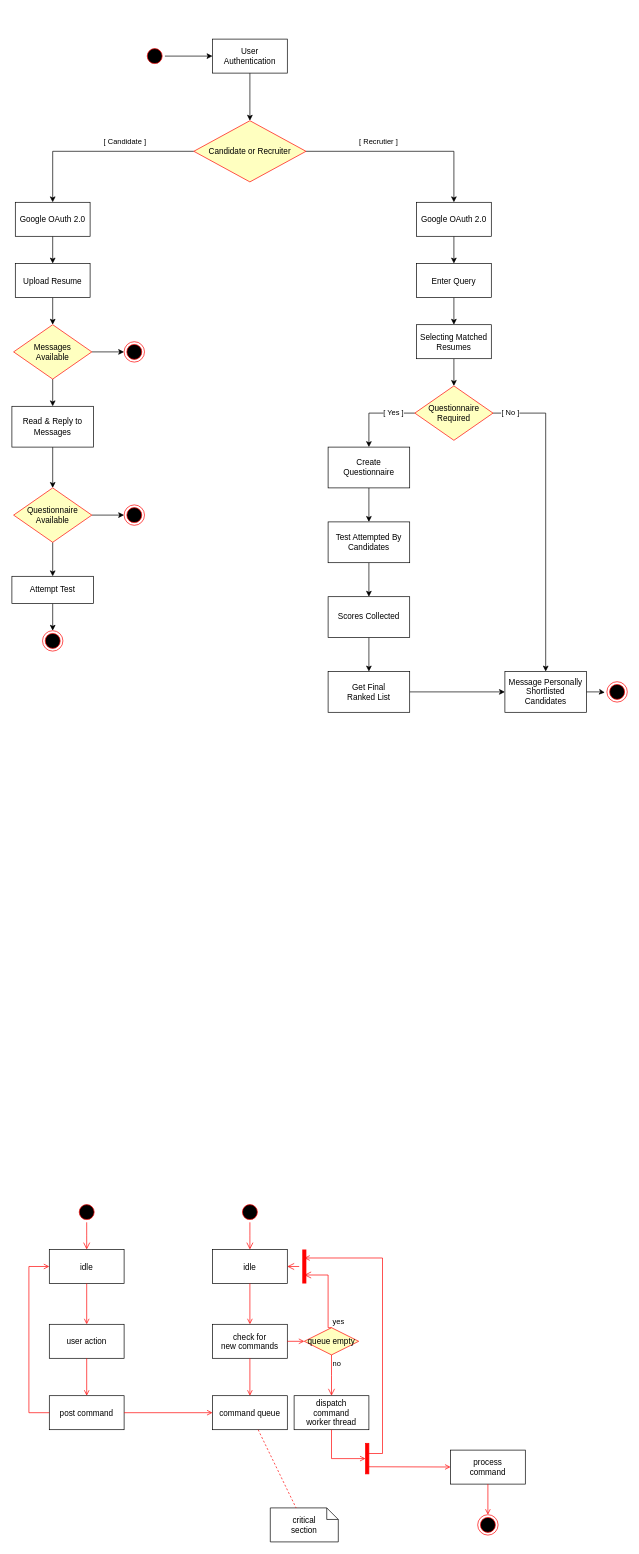
Earlier version of the draw.io diagram diagrams/Act Diag.drawio (ParthKapoor-dev/Purity.AI). Source tidied: cells renumbered, new cells numbered last; positions are measured from the earlier drawing's top-left corner, leaving out a move shared by most shapes. Both pictures are drawn from the tidied source at 68%, with x=0, y=0 at pixel (12, 39).
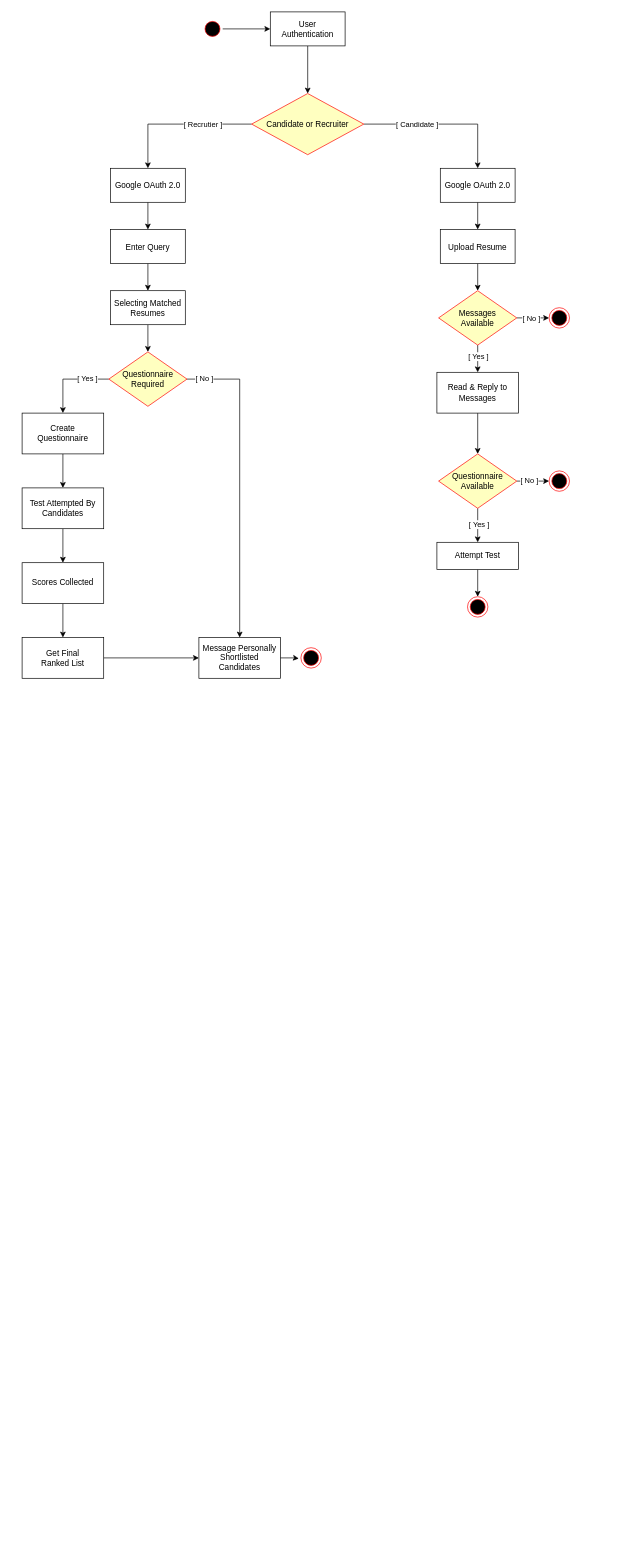
The same page after the edit.

The change refers to these unchanged cells:
```xml
<mxCell id="38" style="edgeStyle=orthogonalEdgeStyle;rounded=0;jettySize=auto;html=1;entryX=0.5;entryY=0;entryDx=0;entryDy=0;" parent="1" edge="1" source="42" target="44">
  <mxGeometry relative="1" as="geometry" />
</mxCell>
<mxCell id="49" style="edgeStyle=orthogonalEdgeStyle;rounded=0;jettySize=auto;html=1;" parent="1" edge="1" source="51" target="53">
  <mxGeometry relative="1" as="geometry" />
</mxCell>
<mxCell id="50" style="edgeStyle=orthogonalEdgeStyle;rounded=0;jettySize=auto;html=1;entryX=0;entryY=0.5;entryDx=0;entryDy=0;" parent="1" edge="1" source="51" target="60">
  <mxGeometry relative="1" as="geometry" />
</mxCell>
<mxCell id="54" style="edgeStyle=orthogonalEdgeStyle;rounded=0;jettySize=auto;html=1;" parent="1" edge="1" source="56" target="58">
  <mxGeometry relative="1" as="geometry" />
</mxCell>
<mxCell id="55" style="edgeStyle=orthogonalEdgeStyle;rounded=0;jettySize=auto;html=1;exitX=1;exitY=0.5;exitDx=0;exitDy=0;entryX=0;entryY=0.5;entryDx=0;entryDy=0;" parent="1" edge="1" source="56" target="61">
  <mxGeometry relative="1" as="geometry" />
</mxCell>
```

What changed in the source:
```diff
@@
-    <mxCell id="2" style="ellipse;shape=startState;fillColor=#000000;strokeColor=#ff0000;" parent="1" vertex="1">
-      <mxGeometry x="95" y="1710" width="30" height="30" as="geometry" />
-    </mxCell>
-    <mxCell id="3" style="edgeStyle=elbowEdgeStyle;elbow=horizontal;verticalAlign=bottom;endArrow=open;endSize=8;strokeColor=#FF0000;endFill=1;rounded=0;" parent="1" edge="1" source="2" target="4">
-      <mxGeometry x="264.5" y="168" as="geometry" />
-    </mxCell>
-    <mxCell id="4" value="idle" parent="1" vertex="1">
-      <mxGeometry x="55" y="1780" width="110" height="50" as="geometry" />
-    </mxCell>
-    <mxCell id="5" value="user action" parent="1" vertex="1">
-      <mxGeometry x="55" y="1890" width="110" height="50" as="geometry" />
-    </mxCell>
-    <mxCell id="6" style="endArrow=open;strokeColor=#FF0000;endFill=1;rounded=0;" parent="1" edge="1" source="4" target="5">
-      <mxGeometry relative="1" as="geometry" />
-    </mxCell>
-    <mxCell id="7" value="post command" parent="1" vertex="1">
-      <mxGeometry x="55" y="1995" width="110" height="50" as="geometry" />
-    </mxCell>
-    <mxCell id="8" style="endArrow=open;strokeColor=#FF0000;endFill=1;rounded=0;" parent="1" edge="1" source="5" target="7">
-      <mxGeometry relative="1" as="geometry" />
-    </mxCell>
-    <mxCell id="9" style="edgeStyle=elbowEdgeStyle;elbow=horizontal;strokeColor=#FF0000;endArrow=open;endFill=1;rounded=0;" parent="1" edge="1" source="7" target="4">
-      <mxGeometry relative="1" as="geometry">
-        <Array as="points">
-          <mxPoint x="25" y="1920" />
-        </Array>
-      </mxGeometry>
-    </mxCell>
-    <mxCell id="10" style="ellipse;shape=startState;fillColor=#000000;strokeColor=#ff0000;" parent="1" vertex="1">
-      <mxGeometry x="335" y="1710" width="30" height="30" as="geometry" />
-    </mxCell>
-    <mxCell id="11" style="edgeStyle=elbowEdgeStyle;elbow=horizontal;verticalAlign=bottom;endArrow=open;endSize=8;strokeColor=#FF0000;endFill=1;rounded=0;" parent="1" edge="1" source="10" target="12">
-      <mxGeometry x="484.5" y="148" as="geometry" />
-    </mxCell>
-    <mxCell id="12" value="idle" parent="1" vertex="1">
-      <mxGeometry x="295" y="1780" width="110" height="50" as="geometry" />
-    </mxCell>
-    <mxCell id="13" value="check for &#10;new commands" parent="1" vertex="1">
-      <mxGeometry x="295" y="1890" width="110" height="50" as="geometry" />
-    </mxCell>
-    <mxCell id="14" style="endArrow=open;strokeColor=#FF0000;endFill=1;rounded=0;" parent="1" edge="1" source="12" target="13">
-      <mxGeometry relative="1" as="geometry" />
-    </mxCell>
-    <mxCell id="15" value="command queue" parent="1" vertex="1">
-      <mxGeometry x="295" y="1995" width="110" height="50" as="geometry" />
-    </mxCell>
-    <mxCell id="16" style="endArrow=open;strokeColor=#FF0000;endFill=1;rounded=0;" parent="1" edge="1" source="13" target="15">
-      <mxGeometry relative="1" as="geometry" />
-    </mxCell>
-    <mxCell id="17" value="queue empty" style="rhombus;fillColor=#ffffc0;strokeColor=#ff0000;" parent="1" vertex="1">
-      <mxGeometry x="430" y="1895" width="80" height="40" as="geometry" />
-    </mxCell>
-    <mxCell id="18" value="yes" style="edgeStyle=elbowEdgeStyle;elbow=horizontal;align=left;verticalAlign=bottom;endArrow=open;endSize=8;strokeColor=#FF0000;exitX=0.5;exitY=0;endFill=1;rounded=0;entryX=0.75;entryY=0.5;entryPerimeter=0;" parent="1" edge="1" source="17" target="21">
-      <mxGeometry x="-1" relative="1" as="geometry">
-        <Array as="points">
-          <mxPoint x="465" y="1850" />
-        </Array>
-      </mxGeometry>
-    </mxCell>
-    <mxCell id="19" value="no" style="edgeStyle=elbowEdgeStyle;elbow=horizontal;align=left;verticalAlign=top;endArrow=open;endSize=8;strokeColor=#FF0000;endFill=1;rounded=0;" parent="1" edge="1" source="17" target="23">
-      <mxGeometry x="-1" relative="1" as="geometry" />
-    </mxCell>
-    <mxCell id="20" style="endArrow=open;strokeColor=#FF0000;endFill=1;rounded=0;" parent="1" edge="1" source="13" target="17">
-      <mxGeometry relative="1" as="geometry" />
-    </mxCell>
-    <mxCell id="21" style="shape=line;strokeWidth=6;strokeColor=#ff0000;rotation=90;" parent="1" vertex="1">
-      <mxGeometry x="405" y="1797.5" width="50" height="15" as="geometry" />
-    </mxCell>
-    <mxCell id="22" style="edgeStyle=elbowEdgeStyle;elbow=horizontal;verticalAlign=bottom;endArrow=open;endSize=8;strokeColor=#FF0000;endFill=1;rounded=0;" parent="1" edge="1" source="21" target="12">
-      <mxGeometry x="574.5" y="218" as="geometry" />
-    </mxCell>
-    <mxCell id="23" value="dispatch&#10;command&#10;worker thread" parent="1" vertex="1">
-      <mxGeometry x="415" y="1995" width="110" height="50" as="geometry" />
-    </mxCell>
-    <mxCell id="24" value="critical&#10;section" style="shape=note;whiteSpace=wrap;size=17;" parent="1" vertex="1">
-      <mxGeometry x="380" y="2160" width="100" height="50" as="geometry" />
-    </mxCell>
-    <mxCell id="25" style="endArrow=none;strokeColor=#FF0000;endFill=0;rounded=0;dashed=1;" parent="1" edge="1" source="15" target="24">
-      <mxGeometry relative="1" as="geometry" />
-    </mxCell>
-    <mxCell id="26" style="whiteSpace=wrap;strokeColor=#FF0000;fillColor=#FF0000;" parent="1" vertex="1">
-      <mxGeometry x="520" y="2065" width="5" height="45" as="geometry" />
-    </mxCell>
-    <mxCell id="27" style="edgeStyle=elbowEdgeStyle;elbow=horizontal;entryX=0;entryY=0.5;strokeColor=#FF0000;endArrow=open;endFill=1;rounded=0;" parent="1" edge="1" source="23" target="26">
-      <mxGeometry relative="1" as="geometry">
-        <Array as="points">
-          <mxPoint x="470" y="2070" />
-        </Array>
-      </mxGeometry>
-    </mxCell>
-    <mxCell id="28" value="process&#10;command" parent="1" vertex="1">
-      <mxGeometry x="645" y="2075" width="110" height="50" as="geometry" />
-    </mxCell>
-    <mxCell id="29" style="edgeStyle=elbowEdgeStyle;elbow=horizontal;strokeColor=#FF0000;endArrow=open;endFill=1;rounded=0;entryX=0.25;entryY=0.5;entryPerimeter=0;" parent="1" edge="1" target="21">
-      <mxGeometry relative="1" as="geometry">
-        <mxPoint x="525" y="2080" as="sourcePoint" />
-        <Array as="points">
-          <mxPoint x="545" y="1805" />
-        </Array>
-      </mxGeometry>
-    </mxCell>
-    <mxCell id="30" style="edgeStyle=none;strokeColor=#FF0000;endArrow=open;endFill=1;rounded=0;" parent="1" edge="1" target="28">
-      <mxGeometry relative="1" as="geometry">
-        <mxPoint x="525" y="2099.5" as="sourcePoint" />
-      </mxGeometry>
-    </mxCell>
-    <mxCell id="31" style="ellipse;shape=endState;fillColor=#000000;strokeColor=#ff0000;" parent="1" vertex="1">
-      <mxGeometry x="685" y="2170" width="30" height="30" as="geometry" />
-    </mxCell>
-    <mxCell id="32" style="endArrow=open;strokeColor=#FF0000;endFill=1;rounded=0;" parent="1" edge="1" source="28" target="31">
-      <mxGeometry relative="1" as="geometry" />
-    </mxCell>
-    <mxCell id="33" style="endArrow=open;strokeColor=#FF0000;endFill=1;rounded=0;" parent="1" edge="1" source="7" target="15">
-      <mxGeometry relative="1" as="geometry" />
-    </mxCell>
@@
     <mxCell id="35" style="ellipse;shape=startState;fillColor=#000000;strokeColor=#ff0000;" parent="1" vertex="1">
-      <mxGeometry x="195" y="10" width="30" height="30" as="geometry" />
+      <mxGeometry x="280" y="-30" width="30" height="30" as="geometry" />
     </mxCell>
@@
     <mxCell id="37" value="User&#10;Authentication" parent="1" vertex="1">
-      <mxGeometry x="295" width="110" height="50" as="geometry" />
+      <mxGeometry x="380" y="-40" width="110" height="50" as="geometry" />
     </mxCell>
@@
     <mxCell id="39" value="[ Candidate ]" style="edgeLabel;html=1;align=center;verticalAlign=middle;" parent="38" vertex="1">
       <mxGeometry x="-0.36" y="1" relative="1" as="geometry">
-        <mxPoint x="-12" y="-16" as="offset" />
+        <mxPoint x="4" y="1" as="offset" />
       </mxGeometry>
     </mxCell>
-    <mxCell id="40" style="edgeStyle=orthogonalEdgeStyle;rounded=0;jettySize=auto;html=1;entryX=0.5;entryY=0;entryDx=0;entryDy=0;" parent="1" edge="1" source="42" target="46">
+    <mxCell id="40" style="edgeStyle=orthogonalEdgeStyle;rounded=0;jettySize=auto;html=1;entryX=0.5;entryY=0;entryDx=0;entryDy=0;exitX=0;exitY=0.5;exitDx=0;exitDy=0;" parent="1" edge="1" source="42" target="46">
       <mxGeometry relative="1" as="geometry">
         <Array as="points">
-          <mxPoint x="650" y="165" />
+          <mxPoint x="200" y="125" />
         </Array>
       </mxGeometry>
     </mxCell>
     <mxCell id="41" value="[ Recrutier ]" style="edgeLabel;html=1;align=center;verticalAlign=middle;" parent="40" vertex="1">
       <mxGeometry x="-0.13" y="2" relative="1" as="geometry">
-        <mxPoint x="-21" y="-13" as="offset" />
+        <mxPoint x="23" y="-2" as="offset" />
       </mxGeometry>
     </mxCell>
     <mxCell id="42" value="Candidate or Recruiter" style="rhombus;fillColor=#ffffc0;strokeColor=#ff0000;" parent="1" vertex="1">
-      <mxGeometry x="267.5" y="120" width="165" height="90" as="geometry" />
+      <mxGeometry x="352.5" y="80" width="165" height="90" as="geometry" />
     </mxCell>
@@
     <mxCell id="44" value="Google OAuth 2.0" parent="1" vertex="1">
-      <mxGeometry x="5" y="240" width="110" height="50" as="geometry" />
+      <mxGeometry x="630" y="190" width="110" height="50" as="geometry" />
     </mxCell>
@@
     <mxCell id="46" value="Google OAuth 2.0" parent="1" vertex="1">
-      <mxGeometry x="595" y="240" width="110" height="50" as="geometry" />
+      <mxGeometry x="145" y="190" width="110" height="50" as="geometry" />
     </mxCell>
@@
     <mxCell id="48" value="Upload Resume" parent="1" vertex="1">
-      <mxGeometry x="5" y="330" width="110" height="50" as="geometry" />
+      <mxGeometry x="630" y="280" width="110" height="50" as="geometry" />
     </mxCell>
@@
+    <mxCell id="82" value="[ Yes ]" style="edgeLabel;html=1;align=center;verticalAlign=middle;" parent="49" vertex="1">
+      <mxGeometry x="-0.19" relative="1" as="geometry" />
+    </mxCell>
@@
+    <mxCell id="83" value="[ No ]" style="edgeLabel;html=1;align=center;verticalAlign=middle;" parent="50" vertex="1">
+      <mxGeometry x="-0.11" relative="1" as="geometry" />
+    </mxCell>
     <mxCell id="51" value="Messages &#10;Available" style="rhombus;fillColor=#ffffc0;strokeColor=#ff0000;" parent="1" vertex="1">
-      <mxGeometry x="2.5" y="420" width="115" height="80" as="geometry" />
+      <mxGeometry x="627.5" y="370" width="115" height="80" as="geometry" />
     </mxCell>
@@
     <mxCell id="53" value="Read &amp;amp; Reply to Messages" style="whiteSpace=wrap;html=1;" parent="1" vertex="1">
-      <mxGeometry y="540" width="120" height="60" as="geometry" />
+      <mxGeometry x="625" y="490" width="120" height="60" as="geometry" />
     </mxCell>
@@
+    <mxCell id="84" value="[ Yes ]" style="edgeLabel;html=1;align=center;verticalAlign=middle;" parent="54" vertex="1">
+      <mxGeometry x="-0.1" y="1" relative="1" as="geometry" />
+    </mxCell>
@@
+    <mxCell id="85" value="[ No ]" style="edgeLabel;html=1;align=center;verticalAlign=middle;" parent="55" vertex="1">
+      <mxGeometry x="-0.23" y="1" relative="1" as="geometry" />
+    </mxCell>
     <mxCell id="56" value="Questionnaire&#10;Available" style="rhombus;fillColor=#ffffc0;strokeColor=#ff0000;" parent="1" vertex="1">
-      <mxGeometry x="2.5" y="660" width="115" height="80" as="geometry" />
+      <mxGeometry x="627.5" y="610" width="115" height="80" as="geometry" />
     </mxCell>
@@
     <mxCell id="58" value="Attempt Test" style="whiteSpace=wrap;html=1;" parent="1" vertex="1">
-      <mxGeometry y="790" width="120" height="40" as="geometry" />
+      <mxGeometry x="625" y="740" width="120" height="40" as="geometry" />
     </mxCell>
     <mxCell id="59" style="ellipse;shape=endState;fillColor=#000000;strokeColor=#ff0000;" parent="1" vertex="1">
-      <mxGeometry x="45" y="870" width="30" height="30" as="geometry" />
+      <mxGeometry x="670" y="820" width="30" height="30" as="geometry" />
     </mxCell>
     <mxCell id="60" style="ellipse;shape=endState;fillColor=#000000;strokeColor=#ff0000;" parent="1" vertex="1">
-      <mxGeometry x="165" y="445" width="30" height="30" as="geometry" />
+      <mxGeometry x="790" y="395" width="30" height="30" as="geometry" />
     </mxCell>
     <mxCell id="61" style="ellipse;shape=endState;fillColor=#000000;strokeColor=#ff0000;" parent="1" vertex="1">
-      <mxGeometry x="165" y="685" width="30" height="30" as="geometry" />
+      <mxGeometry x="790" y="635" width="30" height="30" as="geometry" />
     </mxCell>
@@
     <mxCell id="63" value="Enter Query" parent="1" vertex="1">
-      <mxGeometry x="595" y="330" width="110" height="50" as="geometry" />
+      <mxGeometry x="145" y="280" width="110" height="50" as="geometry" />
     </mxCell>
@@
     <mxCell id="65" value="Selecting Matched &#10;Resumes" parent="1" vertex="1">
-      <mxGeometry x="595" y="420" width="110" height="50" as="geometry" />
+      <mxGeometry x="145" y="370" width="110" height="50" as="geometry" />
     </mxCell>
@@
     <mxCell id="70" value="Questionnaire&#10;Required" style="rhombus;fillColor=#ffffc0;strokeColor=#ff0000;" parent="1" vertex="1">
-      <mxGeometry x="592.5" y="510" width="115" height="80" as="geometry" />
+      <mxGeometry x="142.5" y="460" width="115" height="80" as="geometry" />
     </mxCell>
@@
     <mxCell id="72" value="Create&lt;br&gt;Questionnaire" style="whiteSpace=wrap;html=1;" parent="1" vertex="1">
-      <mxGeometry x="465" y="600" width="120" height="60" as="geometry" />
+      <mxGeometry x="15" y="550" width="120" height="60" as="geometry" />
     </mxCell>
@@
     <mxCell id="74" value="Test Attempted By Candidates" style="whiteSpace=wrap;html=1;" parent="1" vertex="1">
-      <mxGeometry x="465" y="710" width="120" height="60" as="geometry" />
+      <mxGeometry x="15" y="660" width="120" height="60" as="geometry" />
     </mxCell>
@@
     <mxCell id="76" value="Scores Collected" style="whiteSpace=wrap;html=1;" parent="1" vertex="1">
-      <mxGeometry x="465" y="820" width="120" height="60" as="geometry" />
+      <mxGeometry x="15" y="770" width="120" height="60" as="geometry" />
     </mxCell>
@@
     <mxCell id="78" value="Get Final &lt;br&gt;Ranked List" style="whiteSpace=wrap;html=1;" parent="1" vertex="1">
-      <mxGeometry x="465" y="930" width="120" height="60" as="geometry" />
+      <mxGeometry x="15" y="880" width="120" height="60" as="geometry" />
     </mxCell>
     <mxCell id="79" value="Message Personally Shortlisted Candidates" style="whiteSpace=wrap;html=1;" parent="1" vertex="1">
-      <mxGeometry x="725" y="930" width="120" height="60" as="geometry" />
+      <mxGeometry x="275" y="880" width="120" height="60" as="geometry" />
     </mxCell>
     <mxCell id="80" style="ellipse;shape=endState;fillColor=#000000;strokeColor=#ff0000;" parent="1" vertex="1">
-      <mxGeometry x="875" y="945" width="30" height="30" as="geometry" />
+      <mxGeometry x="425" y="895" width="30" height="30" as="geometry" />
     </mxCell>
```
